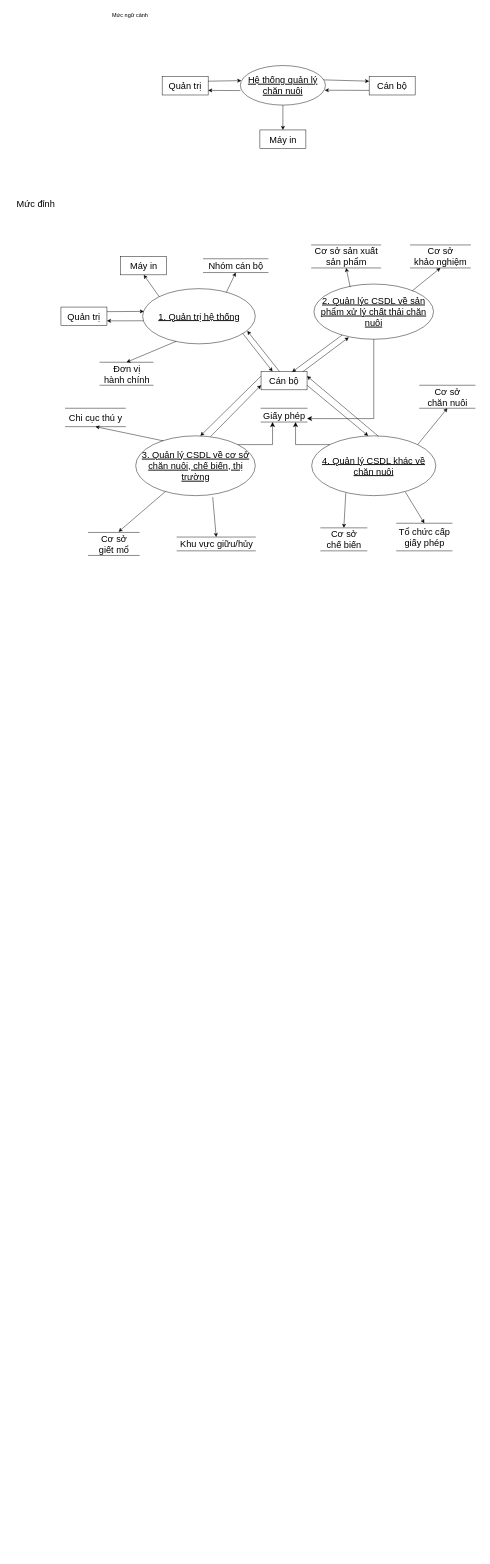
ngkhnghia/ktpmud keeps this draw.io diagram as Data Flow Diagram.drawio. Above is the earlier version. Source tidied: cells renumbered, new cells numbered last; positions are measured from the earlier drawing's top-left corner, leaving out a move shared by most shapes. Both pictures are drawn from the tidied source at 46%, with x=0, y=0 at pixel (10, 8).
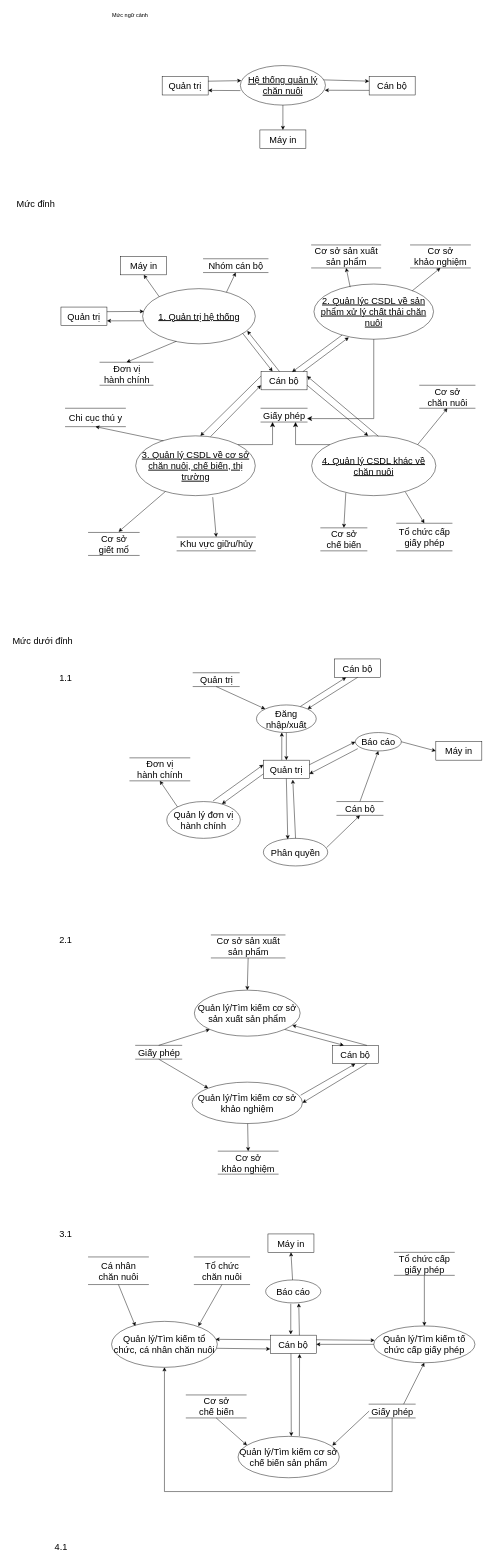
The same page after the edit.

What changed in the source:
```diff
@@
+    <mxCell id="55" value="Mức dưới đỉnh" style="text;html=1;align=center;verticalAlign=middle;strokeColor=none;fillColor=none;fontSize=20;" parent="1" vertex="1">
+      <mxGeometry x="-5" y="1355" width="150" height="40" as="geometry" />
+    </mxCell>
+    <mxCell id="56" value="Quản trị" style="whiteSpace=wrap;html=1;align=center;fontSize=20;" parent="1" vertex="1">
+      <mxGeometry x="550" y="1635" width="100" height="40" as="geometry" />
+    </mxCell>
+    <mxCell id="57" value="Cán bộ" style="whiteSpace=wrap;html=1;align=center;fontSize=20;" parent="1" vertex="1">
+      <mxGeometry x="705" y="1415" width="100" height="40" as="geometry" />
+    </mxCell>
+    <mxCell id="58" value="Máy in" style="whiteSpace=wrap;html=1;align=center;fontSize=20;" parent="1" vertex="1">
+      <mxGeometry x="925" y="1595" width="100" height="40" as="geometry" />
+    </mxCell>
+    <mxCell id="59" value="Đăng nhập/xuất" style="ellipse;whiteSpace=wrap;html=1;align=center;fontSize=20;" parent="1" vertex="1">
+      <mxGeometry x="535" y="1515" width="130" height="60" as="geometry" />
+    </mxCell>
+    <mxCell id="60" value="Quản trị" style="html=1;dashed=0;whitespace=wrap;shape=partialRectangle;right=0;left=0;fontSize=20;" parent="1" vertex="1">
+      <mxGeometry x="397.5" y="1445" width="100" height="30" as="geometry" />
+    </mxCell>
+    <mxCell id="61" value="Cán bộ" style="html=1;dashed=0;whitespace=wrap;shape=partialRectangle;right=0;left=0;fontSize=20;" parent="1" vertex="1">
+      <mxGeometry x="710" y="1725" width="100" height="30" as="geometry" />
+    </mxCell>
+    <mxCell id="62" value="Quản lý đơn vị hành chính" style="ellipse;whiteSpace=wrap;html=1;align=center;fontSize=20;" parent="1" vertex="1">
+      <mxGeometry x="340" y="1725" width="160" height="80" as="geometry" />
+    </mxCell>
+    <mxCell id="63" value="Đơn vị&lt;br&gt;hành chính" style="html=1;dashed=0;whitespace=wrap;shape=partialRectangle;right=0;left=0;fontSize=20;" parent="1" vertex="1">
+      <mxGeometry x="260" y="1630" width="130" height="50" as="geometry" />
+    </mxCell>
+    <mxCell id="64" value="Phân quyền" style="ellipse;whiteSpace=wrap;html=1;align=center;fontSize=20;" parent="1" vertex="1">
+      <mxGeometry x="550" y="1805" width="140" height="60" as="geometry" />
+    </mxCell>
+    <mxCell id="65" value="Báo cáo" style="ellipse;whiteSpace=wrap;html=1;align=center;fontSize=20;" parent="1" vertex="1">
+      <mxGeometry x="750" y="1575" width="100" height="40" as="geometry" />
+    </mxCell>
+    <mxCell id="66" style="endArrow=classic;html=1;rounded=0;fontSize=20;exitX=0.4;exitY=0;exitDx=0;exitDy=0;exitPerimeter=0;entryX=0.424;entryY=0.998;entryDx=0;entryDy=0;entryPerimeter=0;" parent="1" edge="1" source="56" target="59">
+      <mxGeometry relative="1" as="geometry" />
+    </mxCell>
+    <mxCell id="67" style="endArrow=classic;html=1;rounded=0;fontSize=20;exitX=0.5;exitY=1;exitDx=0;exitDy=0;entryX=0.5;entryY=0;entryDx=0;entryDy=0;" parent="1" edge="1" source="59" target="56">
+      <mxGeometry relative="1" as="geometry" />
+    </mxCell>
+    <mxCell id="68" style="endArrow=classic;html=1;rounded=0;fontSize=20;entryX=0;entryY=0.5;entryDx=0;entryDy=0;exitX=1;exitY=0.25;exitDx=0;exitDy=0;" parent="1" edge="1" source="56" target="65">
+      <mxGeometry relative="1" as="geometry" />
+    </mxCell>
+    <mxCell id="69" style="endArrow=classic;html=1;rounded=0;fontSize=20;exitX=0.5;exitY=1;exitDx=0;exitDy=0;entryX=0;entryY=0;entryDx=0;entryDy=0;" parent="1" edge="1" source="60" target="59">
+      <mxGeometry relative="1" as="geometry" />
+    </mxCell>
+    <mxCell id="70" style="endArrow=classic;html=1;rounded=0;fontSize=20;exitX=0.052;exitY=0.875;exitDx=0;exitDy=0;entryX=1;entryY=0.75;entryDx=0;entryDy=0;exitPerimeter=0;" parent="1" edge="1" source="65" target="56">
+      <mxGeometry relative="1" as="geometry" />
+    </mxCell>
+    <mxCell id="71" style="endArrow=classic;html=1;rounded=0;fontSize=20;entryX=0;entryY=0.5;entryDx=0;entryDy=0;exitX=1;exitY=0.5;exitDx=0;exitDy=0;" parent="1" edge="1" source="65" target="58">
+      <mxGeometry relative="1" as="geometry" />
+    </mxCell>
+    <mxCell id="72" style="endArrow=classic;html=1;rounded=0;fontSize=20;exitX=0;exitY=0.75;exitDx=0;exitDy=0;entryX=0.75;entryY=0.067;entryDx=0;entryDy=0;entryPerimeter=0;" parent="1" edge="1" source="56" target="62">
+      <mxGeometry relative="1" as="geometry" />
+    </mxCell>
+    <mxCell id="73" style="endArrow=classic;html=1;rounded=0;fontSize=20;exitX=0.629;exitY=-0.016;exitDx=0;exitDy=0;exitPerimeter=0;entryX=0;entryY=0.25;entryDx=0;entryDy=0;" parent="1" edge="1" source="62" target="56">
+      <mxGeometry relative="1" as="geometry" />
+    </mxCell>
+    <mxCell id="74" style="endArrow=classic;html=1;rounded=0;fontSize=20;exitX=0;exitY=0;exitDx=0;exitDy=0;entryX=0.5;entryY=1;entryDx=0;entryDy=0;" parent="1" edge="1" source="62" target="63">
+      <mxGeometry relative="1" as="geometry" />
+    </mxCell>
+    <mxCell id="75" style="endArrow=classic;html=1;rounded=0;fontSize=20;entryX=1;entryY=0;entryDx=0;entryDy=0;exitX=0.5;exitY=1;exitDx=0;exitDy=0;" parent="1" edge="1" source="57" target="59">
+      <mxGeometry relative="1" as="geometry" />
+    </mxCell>
+    <mxCell id="76" style="endArrow=classic;html=1;rounded=0;fontSize=20;entryX=0.25;entryY=1;entryDx=0;entryDy=0;exitX=0.735;exitY=0.054;exitDx=0;exitDy=0;exitPerimeter=0;" parent="1" edge="1" source="59" target="57">
+      <mxGeometry relative="1" as="geometry" />
+    </mxCell>
+    <mxCell id="77" style="endArrow=classic;html=1;rounded=0;fontSize=20;entryX=0.5;entryY=1;entryDx=0;entryDy=0;exitX=0.5;exitY=0;exitDx=0;exitDy=0;" parent="1" edge="1" source="61" target="65">
+      <mxGeometry relative="1" as="geometry" />
+    </mxCell>
+    <mxCell id="78" style="endArrow=classic;html=1;rounded=0;fontSize=20;entryX=0.5;entryY=1;entryDx=0;entryDy=0;exitX=0.984;exitY=0.331;exitDx=0;exitDy=0;exitPerimeter=0;" parent="1" edge="1" source="64" target="61">
+      <mxGeometry relative="1" as="geometry" />
+    </mxCell>
+    <mxCell id="79" style="endArrow=classic;html=1;rounded=0;fontSize=20;exitX=0.5;exitY=0;exitDx=0;exitDy=0;entryX=0.64;entryY=1.061;entryDx=0;entryDy=0;entryPerimeter=0;" parent="1" edge="1" source="64" target="56">
+      <mxGeometry relative="1" as="geometry" />
+    </mxCell>
+    <mxCell id="80" style="endArrow=classic;html=1;rounded=0;fontSize=20;entryX=0.379;entryY=0.031;entryDx=0;entryDy=0;entryPerimeter=0;exitX=0.5;exitY=1;exitDx=0;exitDy=0;" parent="1" edge="1" source="56" target="64">
+      <mxGeometry relative="1" as="geometry" />
+    </mxCell>
+    <mxCell id="81" value="1.1" style="text;html=1;align=center;verticalAlign=middle;strokeColor=none;fillColor=none;fontSize=20;" parent="1" vertex="1">
+      <mxGeometry x="95" y="1435" width="50" height="40" as="geometry" />
+    </mxCell>
+    <mxCell id="82" value="2.1" style="text;html=1;align=center;verticalAlign=middle;strokeColor=none;fillColor=none;fontSize=20;" parent="1" vertex="1">
+      <mxGeometry x="95" y="2005" width="50" height="40" as="geometry" />
+    </mxCell>
+    <mxCell id="83" value="Quản lý/Tìm kiếm cơ sở sản xuất sản phẩm" style="ellipse;whiteSpace=wrap;html=1;align=center;fontSize=20;" parent="1" vertex="1">
+      <mxGeometry x="400" y="2135" width="230" height="100" as="geometry" />
+    </mxCell>
+    <mxCell id="84" value="Quản lý/TÌm kiếm cơ sở khảo nghiệm" style="ellipse;whiteSpace=wrap;html=1;align=center;fontSize=20;" parent="1" vertex="1">
+      <mxGeometry x="395" y="2335" width="240" height="90" as="geometry" />
+    </mxCell>
+    <mxCell id="85" value="Cán bộ" style="whiteSpace=wrap;html=1;align=center;fontSize=20;" parent="1" vertex="1">
+      <mxGeometry x="700" y="2255" width="100" height="40" as="geometry" />
+    </mxCell>
+    <mxCell id="86" value="Cơ sở &lt;br&gt;khảo nghiệm" style="html=1;dashed=0;whitespace=wrap;shape=partialRectangle;right=0;left=0;fontSize=20;" parent="1" vertex="1">
+      <mxGeometry x="452" y="2485" width="130" height="50" as="geometry" />
+    </mxCell>
+    <mxCell id="87" value="Cơ sở sản xuất&lt;br&gt;sản phẩm" style="html=1;dashed=0;whitespace=wrap;shape=partialRectangle;right=0;left=0;fontSize=20;" parent="1" vertex="1">
+      <mxGeometry x="437" y="2015" width="160" height="50" as="geometry" />
+    </mxCell>
+    <mxCell id="88" value="Giấy phép" style="html=1;dashed=0;whitespace=wrap;shape=partialRectangle;right=0;left=0;fontSize=20;" parent="1" vertex="1">
+      <mxGeometry x="272.5" y="2255" width="100" height="30" as="geometry" />
+    </mxCell>
+    <mxCell id="89" style="endArrow=classic;html=1;rounded=0;fontSize=20;exitX=0.75;exitY=1;exitDx=0;exitDy=0;entryX=1;entryY=0.5;entryDx=0;entryDy=0;" parent="1" edge="1" source="85" target="84">
+      <mxGeometry relative="1" as="geometry" />
+    </mxCell>
+    <mxCell id="90" style="endArrow=classic;html=1;rounded=0;fontSize=20;exitX=0.75;exitY=0;exitDx=0;exitDy=0;" parent="1" edge="1" source="85" target="83">
+      <mxGeometry relative="1" as="geometry" />
+    </mxCell>
+    <mxCell id="91" style="endArrow=classic;html=1;rounded=0;fontSize=20;exitX=0.5;exitY=0;exitDx=0;exitDy=0;entryX=0;entryY=1;entryDx=0;entryDy=0;" parent="1" edge="1" source="88" target="83">
+      <mxGeometry relative="1" as="geometry" />
+    </mxCell>
+    <mxCell id="92" style="endArrow=classic;html=1;rounded=0;fontSize=20;entryX=0.5;entryY=1;entryDx=0;entryDy=0;exitX=0.984;exitY=0.315;exitDx=0;exitDy=0;exitPerimeter=0;" parent="1" edge="1" source="84" target="85">
+      <mxGeometry relative="1" as="geometry" />
+    </mxCell>
+    <mxCell id="93" style="endArrow=classic;html=1;rounded=0;fontSize=20;entryX=0.25;entryY=0;entryDx=0;entryDy=0;exitX=1;exitY=1;exitDx=0;exitDy=0;" parent="1" edge="1" source="83" target="85">
+      <mxGeometry relative="1" as="geometry" />
+    </mxCell>
+    <mxCell id="94" style="endArrow=classic;html=1;rounded=0;fontSize=20;exitX=0.5;exitY=1;exitDx=0;exitDy=0;entryX=0.5;entryY=0;entryDx=0;entryDy=0;" parent="1" edge="1" source="87" target="83">
+      <mxGeometry relative="1" as="geometry" />
+    </mxCell>
+    <mxCell id="95" style="endArrow=classic;html=1;rounded=0;fontSize=20;entryX=0.5;entryY=0;entryDx=0;entryDy=0;" parent="1" edge="1" source="84" target="86">
+      <mxGeometry relative="1" as="geometry" />
+    </mxCell>
+    <mxCell id="96" style="endArrow=classic;html=1;rounded=0;fontSize=20;exitX=0.5;exitY=1;exitDx=0;exitDy=0;entryX=0;entryY=0;entryDx=0;entryDy=0;" parent="1" edge="1" source="88" target="84">
+      <mxGeometry relative="1" as="geometry" />
+    </mxCell>
+    <mxCell id="97" value="3.1" style="text;html=1;align=center;verticalAlign=middle;strokeColor=none;fillColor=none;fontSize=20;" parent="1" vertex="1">
+      <mxGeometry x="95" y="2645" width="50" height="40" as="geometry" />
+    </mxCell>
+    <mxCell id="98" value="Cán bộ" style="whiteSpace=wrap;html=1;align=center;fontSize=20;" parent="1" vertex="1">
+      <mxGeometry x="565" y="2885" width="100" height="40" as="geometry" />
+    </mxCell>
+    <mxCell id="99" value="Quản lý/Tìm kiếm cơ sở chế biến sản phẩm" style="ellipse;whiteSpace=wrap;html=1;align=center;fontSize=20;" parent="1" vertex="1">
+      <mxGeometry x="495" y="3105" width="220" height="90" as="geometry" />
+    </mxCell>
+    <mxCell id="100" value="Quản lý/Tìm kiếm tố chức cấp giấy phép" style="ellipse;whiteSpace=wrap;html=1;align=center;fontSize=20;" parent="1" vertex="1">
+      <mxGeometry x="790" y="2865" width="220" height="80" as="geometry" />
+    </mxCell>
+    <mxCell id="101" value="Báo cáo" style="ellipse;whiteSpace=wrap;html=1;align=center;fontSize=20;" parent="1" vertex="1">
+      <mxGeometry x="555" y="2765" width="120" height="50" as="geometry" />
+    </mxCell>
+    <mxCell id="102" value="Quản lý/Tìm kiếm tổ chức, cá nhân chăn nuôi" style="ellipse;whiteSpace=wrap;html=1;align=center;fontSize=20;" parent="1" vertex="1">
+      <mxGeometry x="220" y="2855" width="230" height="100" as="geometry" />
+    </mxCell>
+    <mxCell id="103" value="Máy in" style="whiteSpace=wrap;html=1;align=center;fontSize=20;" parent="1" vertex="1">
+      <mxGeometry x="560" y="2665" width="100" height="40" as="geometry" />
+    </mxCell>
+    <mxCell id="104" value="Giấy phép" style="html=1;dashed=0;whitespace=wrap;shape=partialRectangle;right=0;left=0;fontSize=20;" parent="1" vertex="1">
+      <mxGeometry x="780" y="3035" width="100" height="30" as="geometry" />
+    </mxCell>
+    <mxCell id="105" style="endArrow=classic;html=1;rounded=0;fontSize=20;exitX=0.455;exitY=1.035;exitDx=0;exitDy=0;exitPerimeter=0;entryX=0.446;entryY=-0.04;entryDx=0;entryDy=0;entryPerimeter=0;" parent="1" edge="1" source="101" target="98">
+      <mxGeometry relative="1" as="geometry" />
+    </mxCell>
+    <mxCell id="106" style="endArrow=classic;html=1;rounded=0;fontSize=20;entryX=0.6;entryY=1.016;entryDx=0;entryDy=0;entryPerimeter=0;exitX=0.634;exitY=0.007;exitDx=0;exitDy=0;exitPerimeter=0;" parent="1" edge="1" source="98" target="101">
+      <mxGeometry relative="1" as="geometry" />
+    </mxCell>
+    <mxCell id="107" style="endArrow=classic;html=1;rounded=0;fontSize=20;entryX=0.5;entryY=1;entryDx=0;entryDy=0;" parent="1" edge="1" source="101" target="103">
+      <mxGeometry relative="1" as="geometry" />
+    </mxCell>
+    <mxCell id="108" style="endArrow=classic;html=1;rounded=0;fontSize=20;entryX=1;entryY=0.5;entryDx=0;entryDy=0;" parent="1" edge="1" source="100" target="98">
+      <mxGeometry relative="1" as="geometry" />
+    </mxCell>
+    <mxCell id="109" style="endArrow=classic;html=1;rounded=0;fontSize=20;exitX=1;exitY=0.25;exitDx=0;exitDy=0;entryX=0.009;entryY=0.391;entryDx=0;entryDy=0;entryPerimeter=0;" parent="1" edge="1" source="98" target="100">
+      <mxGeometry relative="1" as="geometry" />
+    </mxCell>
+    <mxCell id="110" value="Tổ chức cấp&lt;br&gt;giấy phép" style="html=1;dashed=0;whitespace=wrap;shape=partialRectangle;right=0;left=0;fontSize=20;" parent="1" vertex="1">
+      <mxGeometry x="835" y="2705" width="130" height="50" as="geometry" />
+    </mxCell>
+    <mxCell id="111" value="Cơ sở &lt;br&gt;chế biến" style="html=1;dashed=0;whitespace=wrap;shape=partialRectangle;right=0;left=0;fontSize=20;" parent="1" vertex="1">
+      <mxGeometry x="382.5" y="3015" width="130" height="50" as="geometry" />
+    </mxCell>
+    <mxCell id="112" style="endArrow=classic;html=1;rounded=0;fontSize=20;exitX=0.5;exitY=1;exitDx=0;exitDy=0;entryX=0.088;entryY=0.217;entryDx=0;entryDy=0;entryPerimeter=0;" parent="1" edge="1" source="111" target="99">
+      <mxGeometry relative="1" as="geometry" />
+    </mxCell>
+    <mxCell id="113" style="endArrow=classic;html=1;rounded=0;fontSize=20;entryX=0.5;entryY=0;entryDx=0;entryDy=0;exitX=0.5;exitY=1;exitDx=0;exitDy=0;" parent="1" edge="1" source="110" target="100">
+      <mxGeometry relative="1" as="geometry" />
+    </mxCell>
+    <mxCell id="114" style="endArrow=classic;html=1;rounded=0;fontSize=20;entryX=0.932;entryY=0.222;entryDx=0;entryDy=0;exitX=0;exitY=0.5;exitDx=0;exitDy=0;entryPerimeter=0;" parent="1" edge="1" source="104" target="99">
+      <mxGeometry relative="1" as="geometry" />
+    </mxCell>
+    <mxCell id="115" style="endArrow=classic;html=1;rounded=0;fontSize=20;entryX=0.5;entryY=1;entryDx=0;entryDy=0;exitX=0.75;exitY=0;exitDx=0;exitDy=0;" parent="1" edge="1" source="104" target="100">
+      <mxGeometry relative="1" as="geometry" />
+    </mxCell>
+    <mxCell id="116" style="endArrow=classic;html=1;rounded=0;fontSize=20;exitX=0.5;exitY=1;exitDx=0;exitDy=0;entryX=0.5;entryY=1;entryDx=0;entryDy=0;" parent="1" edge="1" source="104" target="102">
+      <mxGeometry relative="1" as="geometry">
+        <Array as="points">
+          <mxPoint x="830" y="3225" />
+          <mxPoint x="335" y="3225" />
+        </Array>
+      </mxGeometry>
+    </mxCell>
+    <mxCell id="117" style="endArrow=classic;html=1;rounded=0;fontSize=20;entryX=0.983;entryY=0.391;entryDx=0;entryDy=0;exitX=0;exitY=0.25;exitDx=0;exitDy=0;entryPerimeter=0;" parent="1" edge="1" source="98" target="102">
+      <mxGeometry relative="1" as="geometry" />
+    </mxCell>
+    <mxCell id="118" style="endArrow=classic;html=1;rounded=0;fontSize=20;entryX=0;entryY=0.75;entryDx=0;entryDy=0;exitX=0.995;exitY=0.586;exitDx=0;exitDy=0;exitPerimeter=0;" parent="1" edge="1" source="102" target="98">
+      <mxGeometry relative="1" as="geometry" />
+    </mxCell>
+    <mxCell id="119" style="endArrow=classic;html=1;rounded=0;fontSize=20;entryX=0.637;entryY=1.027;entryDx=0;entryDy=0;entryPerimeter=0;exitX=0.606;exitY=-0.008;exitDx=0;exitDy=0;exitPerimeter=0;" parent="1" edge="1" source="99" target="98">
+      <mxGeometry relative="1" as="geometry" />
+    </mxCell>
+    <mxCell id="120" style="endArrow=classic;html=1;rounded=0;fontSize=20;entryX=0.526;entryY=-0.003;entryDx=0;entryDy=0;entryPerimeter=0;" parent="1" edge="1" target="99">
+      <mxGeometry relative="1" as="geometry">
+        <mxPoint x="610" y="2925" as="sourcePoint" />
+      </mxGeometry>
+    </mxCell>
+    <mxCell id="121" value="Tổ chức &lt;br&gt;chăn nuôi" style="html=1;dashed=0;whitespace=wrap;shape=partialRectangle;right=0;left=0;fontSize=20;" parent="1" vertex="1">
+      <mxGeometry x="400" y="2715" width="120" height="60" as="geometry" />
+    </mxCell>
+    <mxCell id="122" value="Cá nhân &lt;br&gt;chăn nuôi" style="html=1;dashed=0;whitespace=wrap;shape=partialRectangle;right=0;left=0;fontSize=20;" parent="1" vertex="1">
+      <mxGeometry x="170" y="2715" width="130" height="60" as="geometry" />
+    </mxCell>
+    <mxCell id="123" style="endArrow=classic;html=1;rounded=0;fontSize=20;exitX=0.5;exitY=1;exitDx=0;exitDy=0;entryX=0.82;entryY=0.105;entryDx=0;entryDy=0;entryPerimeter=0;" parent="1" edge="1" source="121" target="102">
+      <mxGeometry relative="1" as="geometry" />
+    </mxCell>
+    <mxCell id="124" style="endArrow=classic;html=1;rounded=0;fontSize=20;entryX=0.225;entryY=0.103;entryDx=0;entryDy=0;entryPerimeter=0;exitX=0.5;exitY=1;exitDx=0;exitDy=0;" parent="1" edge="1" source="122" target="102">
+      <mxGeometry relative="1" as="geometry" />
+    </mxCell>
+    <mxCell id="125" value="4.1" style="text;html=1;align=center;verticalAlign=middle;strokeColor=none;fillColor=none;fontSize=20;" parent="1" vertex="1">
+      <mxGeometry x="85" y="3325" width="50" height="40" as="geometry" />
+    </mxCell>
```
